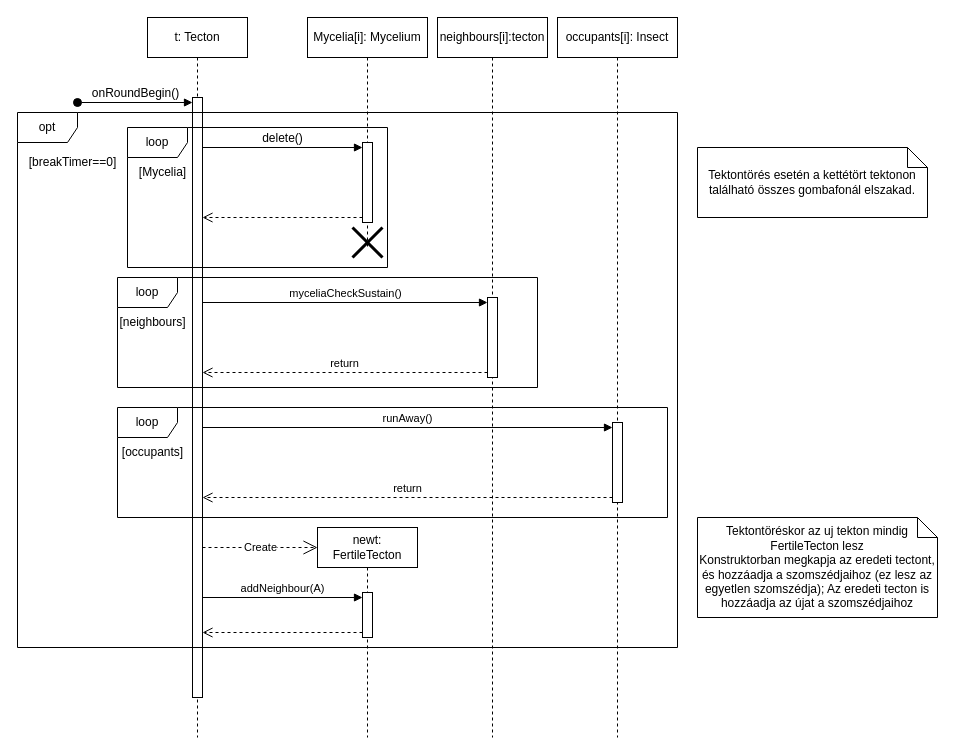
The draw.io diagram page "TectonBreak" (12 of 12) of 6_szkeleton_beadasa/Általános Szekvencia Diagrammok.drawio in koharzsombor/bandITs, before the edit. Source tidied: cells renumbered, new cells numbered last; positions are measured from the earlier drawing's top-left corner, leaving out a move shared by most shapes. Both pictures are drawn from the tidied source at 100%, with x=0, y=0 at pixel (17, 17).
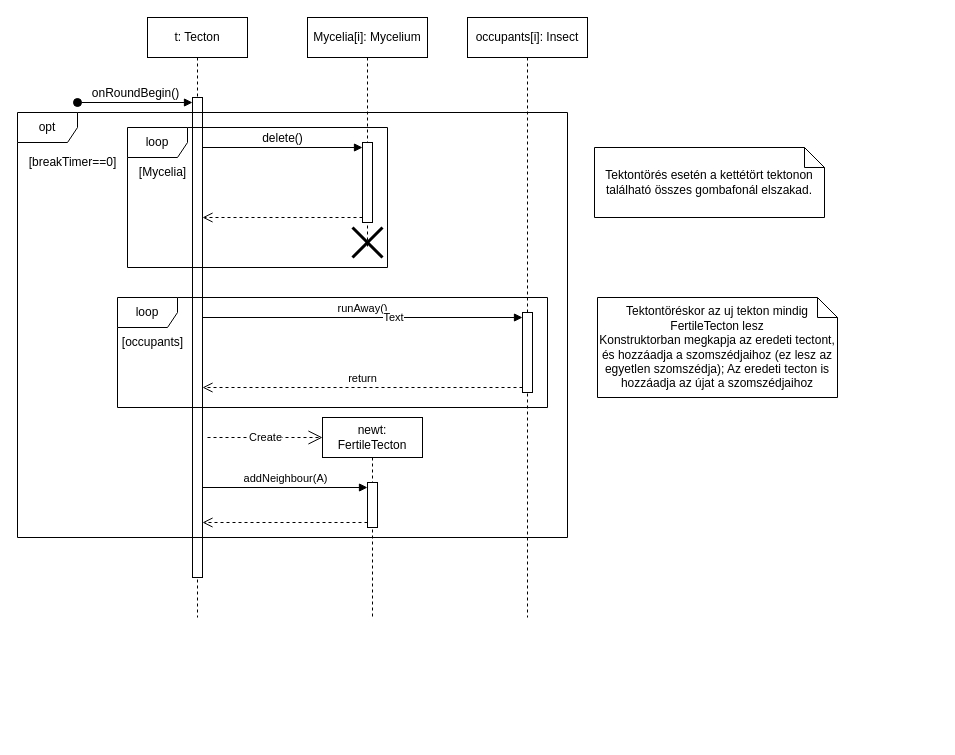
Above is the later version.

Commit message (it also covers changes not shown here):
TectonBreak seq update

Unchanged cells that the change refers to:
```xml
<mxCell id="28" value="runAway()" style="html=1;verticalAlign=bottom;endArrow=block;curved=0;rounded=0;entryX=0;entryY=0;entryDx=0;entryDy=5;" parent="1" edge="1" source="3" target="27">
  <mxGeometry relative="1" as="geometry" />
</mxCell>
```

Diff of the diagram source:
```diff
@@
     <mxCell id="2" value="t: Tecton" style="shape=umlLifeline;perimeter=lifelinePerimeter;whiteSpace=wrap;html=1;newEdgeStyle={&quot;curved&quot;:0,&quot;rounded&quot;:0};" parent="1" vertex="1">
-      <mxGeometry x="130" width="100" height="720" as="geometry" />
+      <mxGeometry x="130" width="100" height="600" as="geometry" />
     </mxCell>
     <mxCell id="3" style="html=1;points=[[0,0,0,0,5],[0,1,0,0,-5],[1,0,0,0,5],[1,1,0,0,-5]];perimeter=orthogonalPerimeter;outlineConnect=0;targetShapes=umlLifeline;portConstraint=eastwest;newEdgeStyle={&quot;curved&quot;:0,&quot;rounded&quot;:0};" parent="2" vertex="1">
-      <mxGeometry x="45" y="80" width="10" height="600" as="geometry" />
+      <mxGeometry x="45" y="80" width="10" height="480" as="geometry" />
     </mxCell>
@@
     <mxCell id="11" value="Tektontörés esetén a kettétört tektonon található összes gombafonál elszakad." style="shape=note;size=20;whiteSpace=wrap;html=1;fontColor=#000000;labelBackgroundColor=none;" parent="1" vertex="1">
-      <mxGeometry x="680" y="130" width="230" height="70" as="geometry" />
+      <mxGeometry x="577" y="130" width="230" height="70" as="geometry" />
     </mxCell>
     <mxCell id="12" value="newt: FertileTecton" style="shape=umlLifeline;perimeter=lifelinePerimeter;whiteSpace=wrap;html=1;newEdgeStyle={&quot;curved&quot;:0,&quot;rounded&quot;:0};" parent="1" vertex="1">
-      <mxGeometry x="300" y="510" width="100" height="210" as="geometry" />
+      <mxGeometry x="305" y="400" width="100" height="200" as="geometry" />
     </mxCell>
-    <mxCell id="13" value="Create" style="endArrow=open;endSize=12;dashed=1;html=1;rounded=0;" parent="1" edge="1" source="3">
+    <mxCell id="13" value="Create" style="endArrow=open;endSize=12;dashed=1;html=1;rounded=0;" parent="1" edge="1">
       <mxGeometry relative="1" as="geometry">
-        <mxPoint x="300" y="530" as="targetPoint" />
+        <mxPoint x="190" y="420" as="sourcePoint" />
+        <mxPoint x="305" y="420" as="targetPoint" />
       </mxGeometry>
     </mxCell>
     <mxCell id="14" value="opt" style="shape=umlFrame;whiteSpace=wrap;html=1;" parent="1" vertex="1">
-      <mxGeometry y="95" width="660" height="535" as="geometry" />
+      <mxGeometry y="95" width="550" height="425" as="geometry" />
     </mxCell>
@@
     <mxCell id="16" value="&lt;div&gt;Tektontöréskor az uj tekton mindig FertileTecton lesz&lt;/div&gt;Konstruktorban megkapja az eredeti tectont, és hozzáadja a szomszédjaihoz (ez lesz az egyetlen szomszédja); Az eredeti tecton is hozzáadja az újat a szomszédjaihoz" style="shape=note;size=20;whiteSpace=wrap;html=1;" parent="1" vertex="1">
-      <mxGeometry x="680" y="500" width="240" height="100" as="geometry" />
+      <mxGeometry x="580" y="280" width="240" height="100" as="geometry" />
     </mxCell>
-    <mxCell id="17" value="loop" style="shape=umlFrame;whiteSpace=wrap;html=1;" parent="1" vertex="1">
-      <mxGeometry x="100" y="260" width="420" height="110" as="geometry" />
-    </mxCell>
-    <mxCell id="18" value="[neighbours]" style="text;html=1;align=center;verticalAlign=middle;strokeColor=none;fillColor=none;" parent="1" vertex="1">
-      <mxGeometry x="90" y="290" width="90" height="30" as="geometry" />
-    </mxCell>
-    <mxCell id="19" value="neighbours[i]:tecton" style="shape=umlLifeline;perimeter=lifelinePerimeter;whiteSpace=wrap;html=1;newEdgeStyle={&quot;curved&quot;:0,&quot;rounded&quot;:0};" parent="1" vertex="1">
-      <mxGeometry x="420" width="110" height="720" as="geometry" />
-    </mxCell>
-    <mxCell id="20" style="html=1;points=[[0,0,0,0,5],[0,1,0,0,-5],[1,0,0,0,5],[1,1,0,0,-5]];perimeter=orthogonalPerimeter;outlineConnect=0;targetShapes=umlLifeline;portConstraint=eastwest;newEdgeStyle={&quot;curved&quot;:0,&quot;rounded&quot;:0};" parent="19" vertex="1">
-      <mxGeometry x="50" y="280" width="10" height="80" as="geometry" />
-    </mxCell>
@@
-    <mxCell id="22" value="myceliaCheckSustain()" style="html=1;verticalAlign=bottom;endArrow=block;curved=0;rounded=0;entryX=0;entryY=0;entryDx=0;entryDy=5;" parent="1" edge="1" source="3" target="20">
-      <mxGeometry relative="1" as="geometry" />
-    </mxCell>
-    <mxCell id="23" value="return" style="html=1;verticalAlign=bottom;endArrow=open;dashed=1;endSize=8;curved=0;rounded=0;exitX=0;exitY=1;exitDx=0;exitDy=-5;" parent="1" edge="1" source="20" target="3">
-      <mxGeometry relative="1" as="geometry" />
-    </mxCell>
     <mxCell id="24" value="loop" style="shape=umlFrame;whiteSpace=wrap;html=1;" parent="1" vertex="1">
-      <mxGeometry x="100" y="390" width="550" height="110" as="geometry" />
+      <mxGeometry x="100" y="280" width="430" height="110" as="geometry" />
     </mxCell>
     <mxCell id="25" value="[occupants]" style="text;html=1;align=center;verticalAlign=middle;strokeColor=none;fillColor=none;" parent="1" vertex="1">
-      <mxGeometry x="95" y="420" width="80" height="30" as="geometry" />
+      <mxGeometry x="95" y="310" width="80" height="30" as="geometry" />
     </mxCell>
     <mxCell id="26" value="occupants[i]: Insect" style="shape=umlLifeline;perimeter=lifelinePerimeter;whiteSpace=wrap;html=1;newEdgeStyle={&quot;curved&quot;:0,&quot;rounded&quot;:0};" parent="1" vertex="1">
-      <mxGeometry x="540" width="120" height="720" as="geometry" />
+      <mxGeometry x="450" width="120" height="600" as="geometry" />
     </mxCell>
     <mxCell id="27" style="html=1;points=[[0,0,0,0,5],[0,1,0,0,-5],[1,0,0,0,5],[1,1,0,0,-5]];perimeter=orthogonalPerimeter;outlineConnect=0;targetShapes=umlLifeline;portConstraint=eastwest;newEdgeStyle={&quot;curved&quot;:0,&quot;rounded&quot;:0};" parent="26" vertex="1">
-      <mxGeometry x="55" y="405" width="10" height="80" as="geometry" />
+      <mxGeometry x="55" y="295" width="10" height="80" as="geometry" />
     </mxCell>
@@
+    <mxCell id="33" value="Text" style="edgeLabel;html=1;align=center;verticalAlign=middle;" parent="28" vertex="1">
+      <mxGeometry x="0.19" y="1" relative="1" as="geometry" />
+    </mxCell>
@@
     <mxCell id="30" style="html=1;points=[[0,0,0,0,5],[0,1,0,0,-5],[1,0,0,0,5],[1,1,0,0,-5]];perimeter=orthogonalPerimeter;outlineConnect=0;targetShapes=umlLifeline;portConstraint=eastwest;newEdgeStyle={&quot;curved&quot;:0,&quot;rounded&quot;:0};" parent="1" vertex="1">
-      <mxGeometry x="345" y="575" width="10" height="45" as="geometry" />
+      <mxGeometry x="350" y="465" width="10" height="45" as="geometry" />
     </mxCell>
-    <mxCell id="31" value="addNeighbour(A)" style="html=1;verticalAlign=bottom;endArrow=block;curved=0;rounded=0;entryX=0;entryY=0;entryDx=0;entryDy=5;" parent="1" edge="1" target="30">
-      <mxGeometry relative="1" as="geometry">
-        <mxPoint x="185" y="580" as="sourcePoint" />
-      </mxGeometry>
+    <mxCell id="31" value="addNeighbour(A)" style="html=1;verticalAlign=bottom;endArrow=block;curved=0;rounded=0;entryX=0;entryY=0;entryDx=0;entryDy=5;" parent="1" edge="1" source="3" target="30">
+      <mxGeometry relative="1" as="geometry" />
     </mxCell>
```
